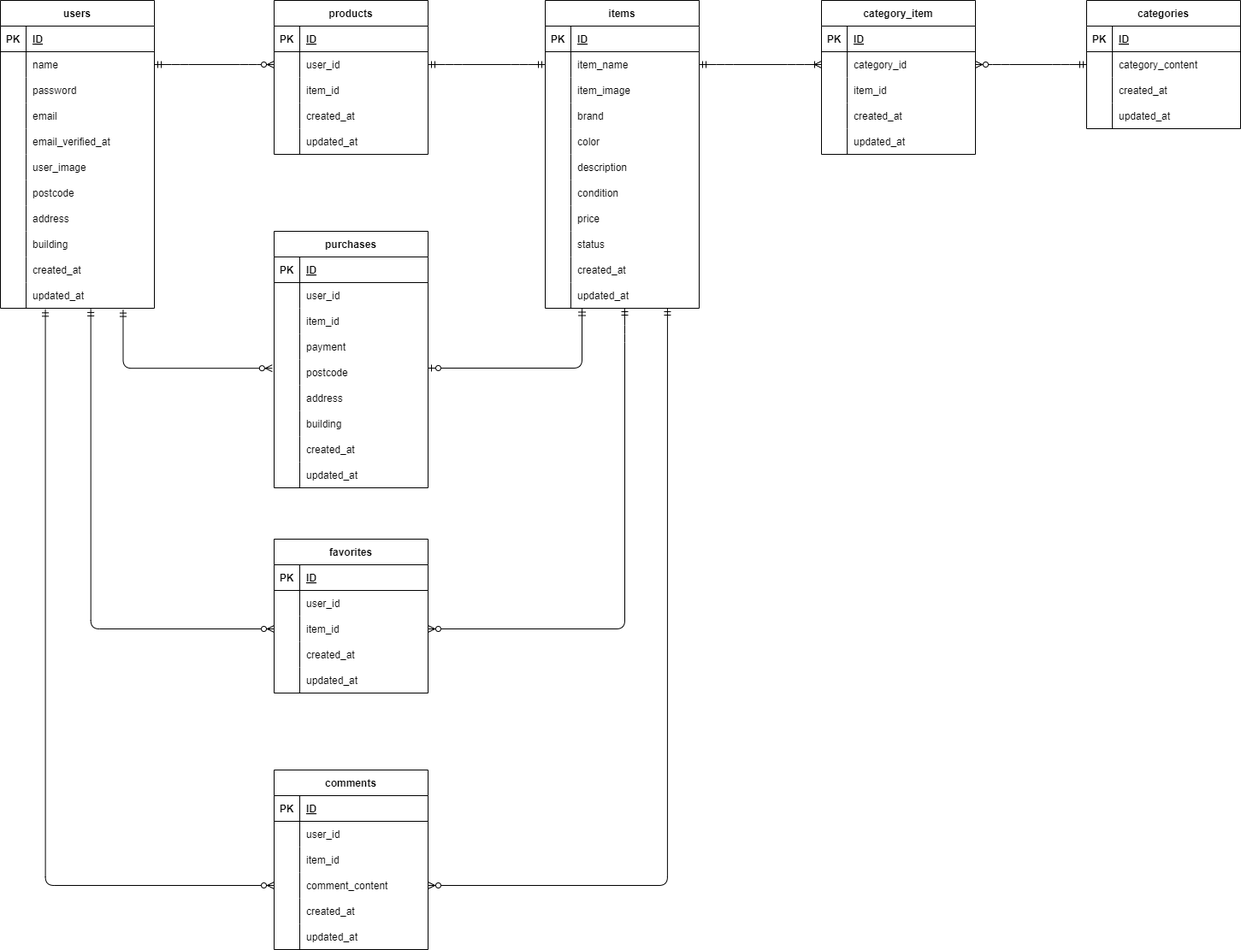
This is ER.drawio.png from Mai1933/CTfleamarket, a draw.io export, as it was before one commit. Source tidied: cells renumbered, new cells last; positions are measured from the earlier drawing's top-left corner, leaving out a move shared by most shapes.
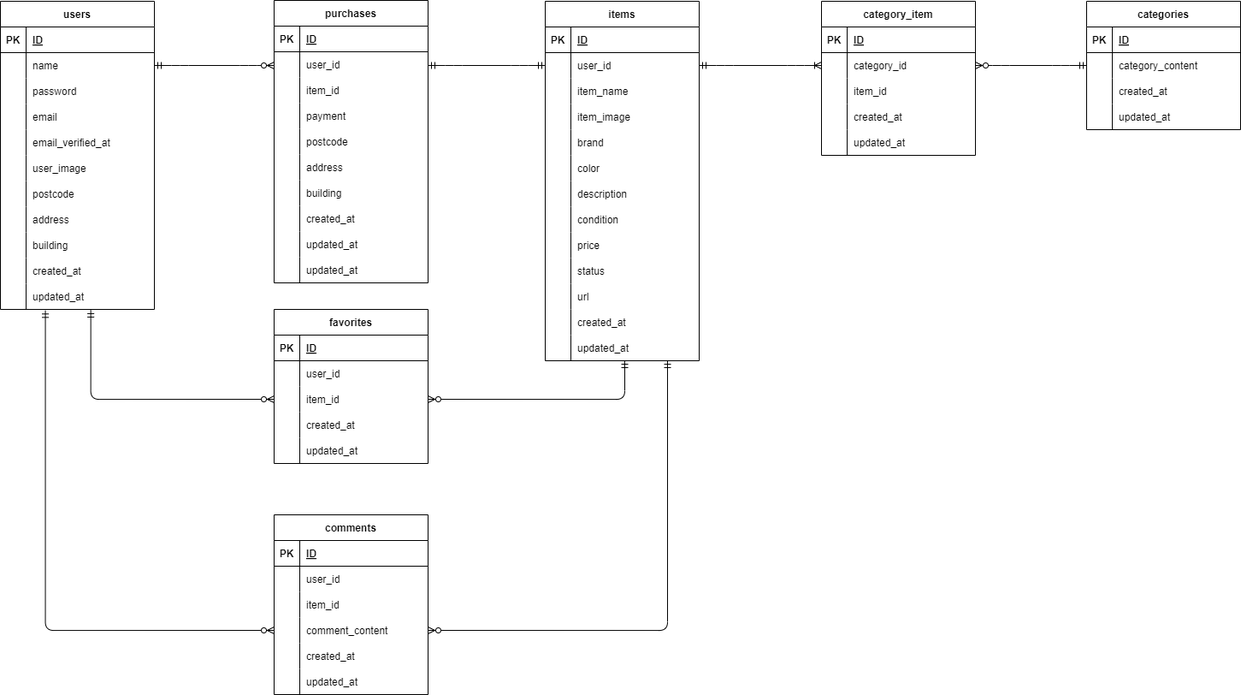
Above is the later version.

The edit, as a diff of the source:
```diff
@@ -107,3 +107,3 @@
     <mxCell id="36" value="items" style="shape=table;startSize=30;rowLines=0;fontStyle=1;align=center;" parent="1" vertex="1">
-      <mxGeometry x="637" width="180" height="360" as="geometry" />
+      <mxGeometry x="637" width="180" height="420" as="geometry" />
     </mxCell>
@@ -118,13 +118,4 @@
     </mxCell>
-    <mxCell id="40" style="shape=tableRow;horizontal=0;startSize=0;swimlaneHead=0;swimlaneBody=0;fillColor=none;points=[[0,0.5],[1,0.5]];portConstraint=eastwest;top=0;left=0;right=0;bottom=0;" parent="36" vertex="1">
-      <mxGeometry y="60" width="180" height="30" as="geometry" />
-    </mxCell>
-    <mxCell id="41" style="shape=partialRectangle;fillColor=none;top=0;left=0;bottom=0;right=0;overflow=hidden;" parent="40" vertex="1">
-      <mxGeometry width="30" height="30" as="geometry" />
-    </mxCell>
-    <mxCell id="42" value="item_name" style="shape=partialRectangle;fillColor=none;top=0;left=0;bottom=0;right=0;align=left;spacingLeft=6;overflow=hidden;" parent="40" vertex="1">
-      <mxGeometry x="30" width="150" height="30" as="geometry" />
-    </mxCell>
     <mxCell id="43" style="shape=tableRow;horizontal=0;startSize=0;swimlaneHead=0;swimlaneBody=0;fillColor=none;top=0;left=0;right=0;bottom=0;" parent="36" vertex="1">
-      <mxGeometry y="90" width="180" height="30" as="geometry" />
+      <mxGeometry y="60" width="180" height="30" as="geometry" />
     </mxCell>
@@ -133,7 +124,25 @@
     </mxCell>
-    <mxCell id="45" value="item_image" style="shape=partialRectangle;fillColor=none;top=0;left=0;bottom=0;right=0;align=left;spacingLeft=6;overflow=hidden;" parent="43" vertex="1">
+    <mxCell id="45" value="user_id" style="shape=partialRectangle;fillColor=none;top=0;left=0;bottom=0;right=0;align=left;spacingLeft=6;overflow=hidden;" parent="43" vertex="1">
       <mxGeometry x="30" width="150" height="30" as="geometry" />
     </mxCell>
+    <mxCell id="77" style="shape=tableRow;horizontal=0;startSize=0;swimlaneHead=0;swimlaneBody=0;fillColor=none;top=0;left=0;right=0;bottom=0;" parent="36" vertex="1">
+      <mxGeometry y="90" width="180" height="30" as="geometry" />
+    </mxCell>
+    <mxCell id="188" style="shape=partialRectangle;fillColor=none;top=0;left=0;bottom=0;right=0;overflow=hidden;" parent="77" vertex="1">
+      <mxGeometry width="30" height="30" as="geometry" />
+    </mxCell>
+    <mxCell id="42" value="item_name" style="shape=partialRectangle;fillColor=none;top=0;left=0;bottom=0;right=0;align=left;spacingLeft=6;overflow=hidden;" parent="77" vertex="1">
+      <mxGeometry x="30" width="150" height="30" as="geometry" />
+    </mxCell>
+    <mxCell id="80" style="shape=tableRow;horizontal=0;startSize=0;swimlaneHead=0;swimlaneBody=0;fillColor=none;top=0;left=0;right=0;bottom=0;" parent="36" vertex="1">
+      <mxGeometry y="120" width="180" height="30" as="geometry" />
+    </mxCell>
+    <mxCell id="189" style="shape=partialRectangle;fillColor=none;top=0;left=0;bottom=0;right=0;overflow=hidden;" parent="80" vertex="1">
+      <mxGeometry width="30" height="30" as="geometry" />
+    </mxCell>
+    <mxCell id="190" value="item_image" style="shape=partialRectangle;fillColor=none;top=0;left=0;bottom=0;right=0;align=left;spacingLeft=6;overflow=hidden;" parent="80" vertex="1">
+      <mxGeometry x="30" width="150" height="30" as="geometry" />
+    </mxCell>
     <mxCell id="46" style="shape=tableRow;horizontal=0;startSize=0;swimlaneHead=0;swimlaneBody=0;fillColor=none;top=0;left=0;right=0;bottom=0;" parent="36" vertex="1">
-      <mxGeometry y="120" width="180" height="30" as="geometry" />
+      <mxGeometry y="150" width="180" height="30" as="geometry" />
     </mxCell>
@@ -146,3 +155,3 @@
     <mxCell id="49" style="shape=tableRow;horizontal=0;startSize=0;swimlaneHead=0;swimlaneBody=0;fillColor=none;top=0;left=0;right=0;bottom=0;" parent="36" vertex="1">
-      <mxGeometry y="150" width="180" height="30" as="geometry" />
+      <mxGeometry y="180" width="180" height="30" as="geometry" />
     </mxCell>
@@ -155,3 +164,3 @@
     <mxCell id="52" style="shape=tableRow;horizontal=0;startSize=0;swimlaneHead=0;swimlaneBody=0;fillColor=none;top=0;left=0;right=0;bottom=0;" parent="36" vertex="1">
-      <mxGeometry y="180" width="180" height="30" as="geometry" />
+      <mxGeometry y="210" width="180" height="30" as="geometry" />
     </mxCell>
@@ -164,3 +173,3 @@
     <mxCell id="55" style="shape=tableRow;horizontal=0;startSize=0;swimlaneHead=0;swimlaneBody=0;fillColor=none;top=0;left=0;right=0;bottom=0;" parent="36" vertex="1">
-      <mxGeometry y="210" width="180" height="30" as="geometry" />
+      <mxGeometry y="240" width="180" height="30" as="geometry" />
     </mxCell>
@@ -173,3 +182,3 @@
     <mxCell id="58" style="shape=tableRow;horizontal=0;startSize=0;swimlaneHead=0;swimlaneBody=0;fillColor=none;top=0;left=0;right=0;bottom=0;" parent="36" vertex="1">
-      <mxGeometry y="240" width="180" height="30" as="geometry" />
+      <mxGeometry y="270" width="180" height="30" as="geometry" />
     </mxCell>
@@ -182,3 +191,3 @@
     <mxCell id="61" style="shape=tableRow;horizontal=0;startSize=0;swimlaneHead=0;swimlaneBody=0;fillColor=none;top=0;left=0;right=0;bottom=0;" parent="36" vertex="1">
-      <mxGeometry y="270" width="180" height="30" as="geometry" />
+      <mxGeometry y="300" width="180" height="30" as="geometry" />
     </mxCell>
@@ -190,4 +199,13 @@
     </mxCell>
+    <mxCell id="191" style="shape=tableRow;horizontal=0;startSize=0;swimlaneHead=0;swimlaneBody=0;fillColor=none;top=0;left=0;right=0;bottom=0;" parent="36" vertex="1">
+      <mxGeometry y="330" width="180" height="30" as="geometry" />
+    </mxCell>
+    <mxCell id="192" style="shape=partialRectangle;fillColor=none;top=0;left=0;bottom=0;right=0;overflow=hidden;" parent="191" vertex="1">
+      <mxGeometry width="30" height="30" as="geometry" />
+    </mxCell>
+    <mxCell id="193" value="url" style="shape=partialRectangle;fillColor=none;top=0;left=0;bottom=0;right=0;align=left;spacingLeft=6;overflow=hidden;" parent="191" vertex="1">
+      <mxGeometry x="30" width="150" height="30" as="geometry" />
+    </mxCell>
     <mxCell id="64" style="shape=tableRow;horizontal=0;startSize=0;swimlaneHead=0;swimlaneBody=0;fillColor=none;top=0;left=0;right=0;bottom=0;" parent="36" vertex="1">
-      <mxGeometry y="300" width="180" height="30" as="geometry" />
+      <mxGeometry y="360" width="180" height="30" as="geometry" />
     </mxCell>
@@ -200,3 +218,3 @@
     <mxCell id="67" style="shape=tableRow;horizontal=0;startSize=0;swimlaneHead=0;swimlaneBody=0;fillColor=none;points=[[0,0.5],[1,0.5]];portConstraint=eastwest;top=0;left=0;right=0;bottom=0;" parent="36" vertex="1">
-      <mxGeometry y="330" width="180" height="30" as="geometry" />
+      <mxGeometry y="390" width="180" height="30" as="geometry" />
     </mxCell>
@@ -208,52 +226,4 @@
     </mxCell>
-    <mxCell id="70" value="products" style="shape=table;startSize=30;rowLines=0;fontStyle=1;align=center;" parent="1" vertex="1">
-      <mxGeometry x="320" width="180" height="180" as="geometry" />
-    </mxCell>
-    <mxCell id="71" style="shape=tableRow;horizontal=0;startSize=0;swimlaneHead=0;swimlaneBody=0;fillColor=none;top=0;left=0;right=0;bottom=1;" parent="70" vertex="1">
-      <mxGeometry y="30" width="180" height="30" as="geometry" />
-    </mxCell>
-    <mxCell id="72" value="PK" style="shape=partialRectangle;fillColor=none;top=0;left=0;bottom=0;right=0;fontStyle=1;overflow=hidden;" parent="71" vertex="1">
-      <mxGeometry width="30" height="30" as="geometry" />
-    </mxCell>
-    <mxCell id="73" value="ID" style="shape=partialRectangle;fillColor=none;top=0;left=0;bottom=0;right=0;align=left;spacingLeft=6;fontStyle=5;overflow=hidden;" parent="71" vertex="1">
-      <mxGeometry x="30" width="150" height="30" as="geometry" />
-    </mxCell>
-    <mxCell id="74" style="shape=tableRow;horizontal=0;startSize=0;swimlaneHead=0;swimlaneBody=0;fillColor=none;points=[[0,0.5],[1,0.5]];portConstraint=eastwest;top=0;left=0;right=0;bottom=0;" parent="70" vertex="1">
-      <mxGeometry y="60" width="180" height="30" as="geometry" />
-    </mxCell>
-    <mxCell id="75" style="shape=partialRectangle;fillColor=none;top=0;left=0;bottom=0;right=0;overflow=hidden;" parent="74" vertex="1">
-      <mxGeometry width="30" height="30" as="geometry" />
-    </mxCell>
-    <mxCell id="76" value="user_id" style="shape=partialRectangle;fillColor=none;top=0;left=0;bottom=0;right=0;align=left;spacingLeft=6;overflow=hidden;" parent="74" vertex="1">
-      <mxGeometry x="30" width="150" height="30" as="geometry" />
-    </mxCell>
-    <mxCell id="77" style="shape=tableRow;horizontal=0;startSize=0;swimlaneHead=0;swimlaneBody=0;fillColor=none;top=0;left=0;right=0;bottom=0;" parent="70" vertex="1">
-      <mxGeometry y="90" width="180" height="30" as="geometry" />
-    </mxCell>
-    <mxCell id="78" style="shape=partialRectangle;fillColor=none;top=0;left=0;bottom=0;right=0;overflow=hidden;" parent="77" vertex="1">
-      <mxGeometry width="30" height="30" as="geometry" />
-    </mxCell>
-    <mxCell id="79" value="item_id" style="shape=partialRectangle;fillColor=none;top=0;left=0;bottom=0;right=0;align=left;spacingLeft=6;overflow=hidden;" parent="77" vertex="1">
-      <mxGeometry x="30" width="150" height="30" as="geometry" />
-    </mxCell>
-    <mxCell id="80" style="shape=tableRow;horizontal=0;startSize=0;swimlaneHead=0;swimlaneBody=0;fillColor=none;top=0;left=0;right=0;bottom=0;" parent="70" vertex="1">
-      <mxGeometry y="120" width="180" height="30" as="geometry" />
-    </mxCell>
-    <mxCell id="81" style="shape=partialRectangle;fillColor=none;top=0;left=0;bottom=0;right=0;overflow=hidden;" parent="80" vertex="1">
-      <mxGeometry width="30" height="30" as="geometry" />
-    </mxCell>
-    <mxCell id="82" value="created_at" style="shape=partialRectangle;fillColor=none;top=0;left=0;bottom=0;right=0;align=left;spacingLeft=6;overflow=hidden;" parent="80" vertex="1">
-      <mxGeometry x="30" width="150" height="30" as="geometry" />
-    </mxCell>
-    <mxCell id="83" style="shape=tableRow;horizontal=0;startSize=0;swimlaneHead=0;swimlaneBody=0;fillColor=none;top=0;left=0;right=0;bottom=0;" parent="70" vertex="1">
-      <mxGeometry y="150" width="180" height="30" as="geometry" />
-    </mxCell>
-    <mxCell id="84" style="shape=partialRectangle;fillColor=none;top=0;left=0;bottom=0;right=0;overflow=hidden;" parent="83" vertex="1">
-      <mxGeometry width="30" height="30" as="geometry" />
-    </mxCell>
-    <mxCell id="85" value="updated_at" style="shape=partialRectangle;fillColor=none;top=0;left=0;bottom=0;right=0;align=left;spacingLeft=6;overflow=hidden;" parent="83" vertex="1">
-      <mxGeometry x="30" width="150" height="30" as="geometry" />
-    </mxCell>
     <mxCell id="86" value="purchases" style="shape=table;startSize=30;rowLines=0;fontStyle=1;align=center;" parent="1" vertex="1">
-      <mxGeometry x="320" y="270" width="180" height="300" as="geometry" />
+      <mxGeometry x="320" y="-1" width="180" height="330" as="geometry" />
     </mxCell>
@@ -340,4 +310,13 @@
     </mxCell>
+    <mxCell id="194" style="shape=tableRow;horizontal=0;startSize=0;swimlaneHead=0;swimlaneBody=0;fillColor=none;top=0;left=0;right=0;bottom=0;" parent="86" vertex="1">
+      <mxGeometry y="300" width="180" height="30" as="geometry" />
+    </mxCell>
+    <mxCell id="195" style="shape=partialRectangle;fillColor=none;top=0;left=0;bottom=0;right=0;overflow=hidden;" parent="194" vertex="1">
+      <mxGeometry width="30" height="30" as="geometry" />
+    </mxCell>
+    <mxCell id="85" value="updated_at" style="shape=partialRectangle;fillColor=none;top=0;left=0;bottom=0;right=0;align=left;spacingLeft=6;overflow=hidden;" parent="194" vertex="1">
+      <mxGeometry x="30" width="150" height="30" as="geometry" />
+    </mxCell>
     <mxCell id="114" value="favorites" style="shape=table;startSize=30;rowLines=0;fontStyle=1;align=center;" parent="1" vertex="1">
-      <mxGeometry x="320" y="630" width="180" height="180" as="geometry" />
+      <mxGeometry x="320" y="360" width="180" height="180" as="geometry" />
     </mxCell>
@@ -389,3 +368,3 @@
     <mxCell id="130" value="comments" style="shape=table;startSize=30;rowLines=0;fontStyle=1;align=center;" parent="1" vertex="1">
-      <mxGeometry x="320" y="900" width="180" height="210" as="geometry" />
+      <mxGeometry x="320" y="600" width="180" height="210" as="geometry" />
     </mxCell>
@@ -532,15 +511,13 @@
     </mxCell>
-    <mxCell id="178" style="edgeStyle=entityRelationEdgeStyle;fontSize=12;html=1;endArrow=ERzeroToMany;startArrow=ERmandOne;exitX=1;exitY=0.5;exitDx=0;exitDy=0;entryX=0;entryY=0.5;entryDx=0;entryDy=0;" parent="1" edge="1" source="6" target="74">
-      <mxGeometry relative="1" as="geometry" />
+    <mxCell id="178" style="edgeStyle=entityRelationEdgeStyle;fontSize=12;html=1;endArrow=ERzeroToMany;startArrow=ERmandOne;exitX=1;exitY=0.5;exitDx=0;exitDy=0;entryX=0;entryY=0.5;entryDx=0;entryDy=0;" parent="1" edge="1" source="6">
+      <mxGeometry relative="1" as="geometry">
+        <mxPoint x="320" y="75" as="targetPoint" />
+      </mxGeometry>
     </mxCell>
-    <mxCell id="179" style="edgeStyle=entityRelationEdgeStyle;fontSize=12;html=1;endArrow=ERmandOne;startArrow=ERmandOne;exitX=1;exitY=0.5;exitDx=0;exitDy=0;entryX=0;entryY=0.5;entryDx=0;entryDy=0;" parent="1" edge="1" source="74" target="40">
-      <mxGeometry relative="1" as="geometry" />
+    <mxCell id="179" style="edgeStyle=entityRelationEdgeStyle;fontSize=12;html=1;endArrow=ERmandOne;startArrow=ERmandOne;exitX=1;exitY=0.5;exitDx=0;exitDy=0;entryX=0;entryY=0.5;entryDx=0;entryDy=0;" parent="1" edge="1">
+      <mxGeometry relative="1" as="geometry">
+        <mxPoint x="500" y="75" as="sourcePoint" />
+        <mxPoint x="637" y="75" as="targetPoint" />
+      </mxGeometry>
     </mxCell>
-    <mxCell id="180" style="edgeStyle=orthogonalEdgeStyle;fontSize=12;html=1;endArrow=ERzeroToMany;startArrow=ERmandOne;exitX=0.797;exitY=1.053;exitDx=0;exitDy=0;exitPerimeter=0;entryX=-0.012;entryY=0.339;entryDx=0;entryDy=0;entryPerimeter=0;" parent="1" edge="1" source="33" target="99">
-      <mxGeometry relative="1" as="geometry">
-        <Array as="points">
-          <mxPoint x="144" y="430" />
-        </Array>
-      </mxGeometry>
-    </mxCell>
     <mxCell id="181" style="edgeStyle=orthogonalEdgeStyle;fontSize=12;html=1;endArrow=ERzeroToMany;startArrow=ERmandOne;exitX=0.587;exitY=1.031;exitDx=0;exitDy=0;exitPerimeter=0;entryX=0;entryY=0.5;entryDx=0;entryDy=0;" parent="1" edge="1" source="33" target="121">
@@ -551,3 +528,3 @@
         <Array as="points">
-          <mxPoint x="53" y="1035" />
+          <mxPoint x="53" y="735" />
         </Array>
@@ -555,16 +532,7 @@
     </mxCell>
-    <mxCell id="183" style="edgeStyle=orthogonalEdgeStyle;fontSize=12;html=1;endArrow=ERzeroToOne;startArrow=ERmandOne;exitX=0.239;exitY=1.017;exitDx=0;exitDy=0;exitPerimeter=0;entryX=1;entryY=0.333;entryDx=0;entryDy=0;entryPerimeter=0;" parent="1" edge="1" source="67" target="99">
-      <mxGeometry relative="1" as="geometry">
-        <Array as="points">
-          <mxPoint x="680" y="430" />
-        </Array>
-      </mxGeometry>
-    </mxCell>
     <mxCell id="184" style="edgeStyle=orthogonalEdgeStyle;fontSize=12;html=1;endArrow=ERzeroToMany;startArrow=ERmandOne;entryX=1;entryY=0.5;entryDx=0;entryDy=0;" parent="1" edge="1" target="121">
       <mxGeometry relative="1" as="geometry">
-        <mxPoint x="730" y="360" as="sourcePoint" />
+        <mxPoint x="730" y="420" as="sourcePoint" />
         <Array as="points">
-          <mxPoint x="730" y="390" />
-          <mxPoint x="730" y="390" />
-          <mxPoint x="730" y="735" />
+          <mxPoint x="730" y="465" />
         </Array>
@@ -572,6 +540,7 @@
     </mxCell>
-    <mxCell id="185" style="edgeStyle=orthogonalEdgeStyle;fontSize=12;html=1;endArrow=ERzeroToMany;startArrow=ERmandOne;exitX=0.794;exitY=1;exitDx=0;exitDy=0;exitPerimeter=0;entryX=1;entryY=0.5;entryDx=0;entryDy=0;" parent="1" edge="1" source="67" target="140">
+    <mxCell id="185" style="edgeStyle=orthogonalEdgeStyle;fontSize=12;html=1;endArrow=ERzeroToMany;startArrow=ERmandOne;entryX=1;entryY=0.5;entryDx=0;entryDy=0;" parent="1" edge="1" target="140">
       <mxGeometry relative="1" as="geometry">
+        <mxPoint x="780" y="420" as="sourcePoint" />
         <Array as="points">
-          <mxPoint x="780" y="1035" />
+          <mxPoint x="780" y="735" />
         </Array>
@@ -579,4 +548,6 @@
     </mxCell>
-    <mxCell id="186" style="edgeStyle=entityRelationEdgeStyle;fontSize=12;html=1;endArrow=ERoneToMany;startArrow=ERmandOne;exitX=1;exitY=0.5;exitDx=0;exitDy=0;entryX=0;entryY=0.5;entryDx=0;entryDy=0;" parent="1" edge="1" source="40" target="166">
-      <mxGeometry relative="1" as="geometry" />
+    <mxCell id="186" style="edgeStyle=entityRelationEdgeStyle;fontSize=12;html=1;endArrow=ERoneToMany;startArrow=ERmandOne;exitX=1;exitY=0.5;exitDx=0;exitDy=0;entryX=0;entryY=0.5;entryDx=0;entryDy=0;" parent="1" edge="1" target="166">
+      <mxGeometry relative="1" as="geometry">
+        <mxPoint x="817" y="75" as="sourcePoint" />
+      </mxGeometry>
     </mxCell>
```
